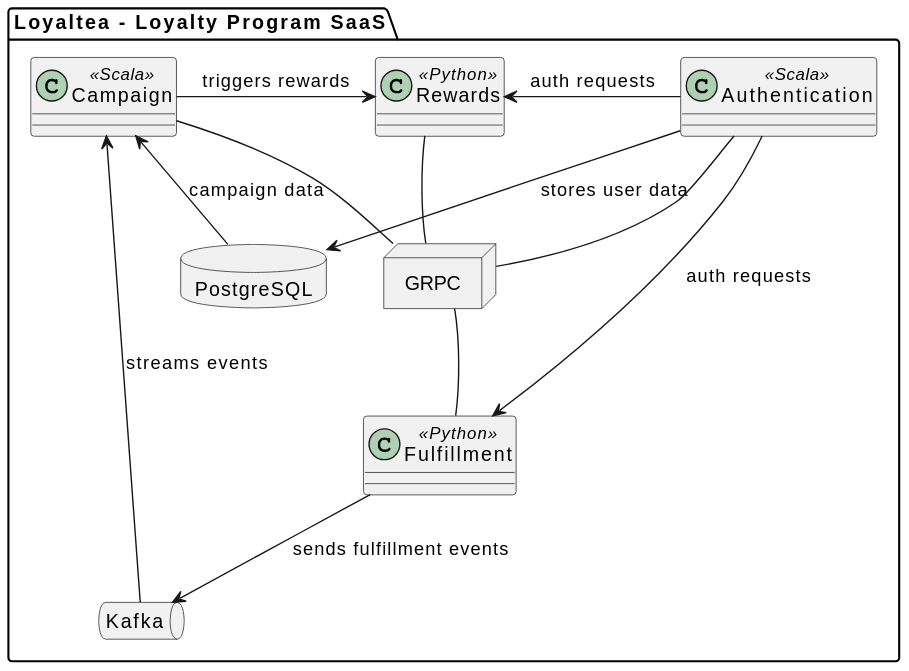
Earlier version of the PlantUML export assets/architecture.svg (bondrnk/loyaltea).
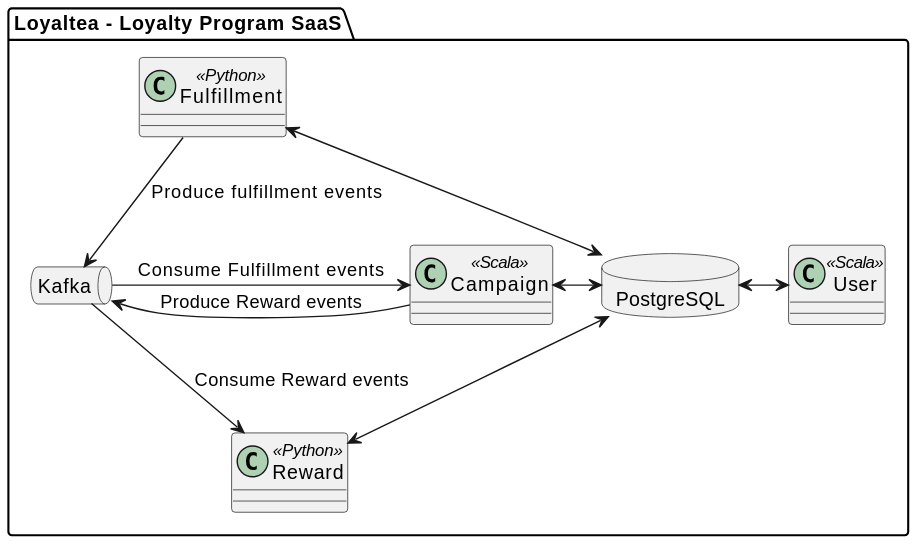
Later version of the same file.

Diff of the diagram source:
```diff
@@ -7,27 +7,19 @@
 
 package "Loyaltea - Loyalty Program SaaS" {
     SERVICE Fulfillment <<Python>>
-    SERVICE Rewards <<Python>>
+    SERVICE Reward <<Python>>
     SERVICE Campaign <<Scala>>
-    SERVICE Authentication <<Scala>>
+    SERVICE User <<Scala>>
     DATABASE PostgreSQL
     QUEUE Kafka
-    node GRPC
 
-    Fulfillment -down-> Kafka : sends fulfillment events
-    Kafka -down-> Campaign : streams events
-    Campaign -right-> Rewards : triggers rewards
-    Authentication -left-> Fulfillment : auth requests
-    Authentication -left-> Rewards : auth requests
-    Authentication -down-> PostgreSQL : stores user data
-    PostgreSQL -left-> Campaign : campaign data
-    GRPC -[hidden]-> Authentication
-    GRPC -[hidden]-> Fulfillment
-    GRPC -[hidden]-> Rewards
-    GRPC -[hidden]-> Campaign
-    Authentication -- GRPC
-    Fulfillment -- GRPC
-    Rewards -- GRPC
-    Campaign -- GRPC
+    Fulfillment --> Kafka : Produce fulfillment events
+    Kafka --> Campaign : Consume Fulfillment events
+    Kafka <- Campaign : Produce Reward events
+    Kafka --> Reward : Consume Reward events
+    PostgreSQL <-up-> Fulfillment
+    PostgreSQL <-left-> Campaign
+    PostgreSQL <-down-> Reward
+    PostgreSQL <-right-> User
 }
 @enduml
```
